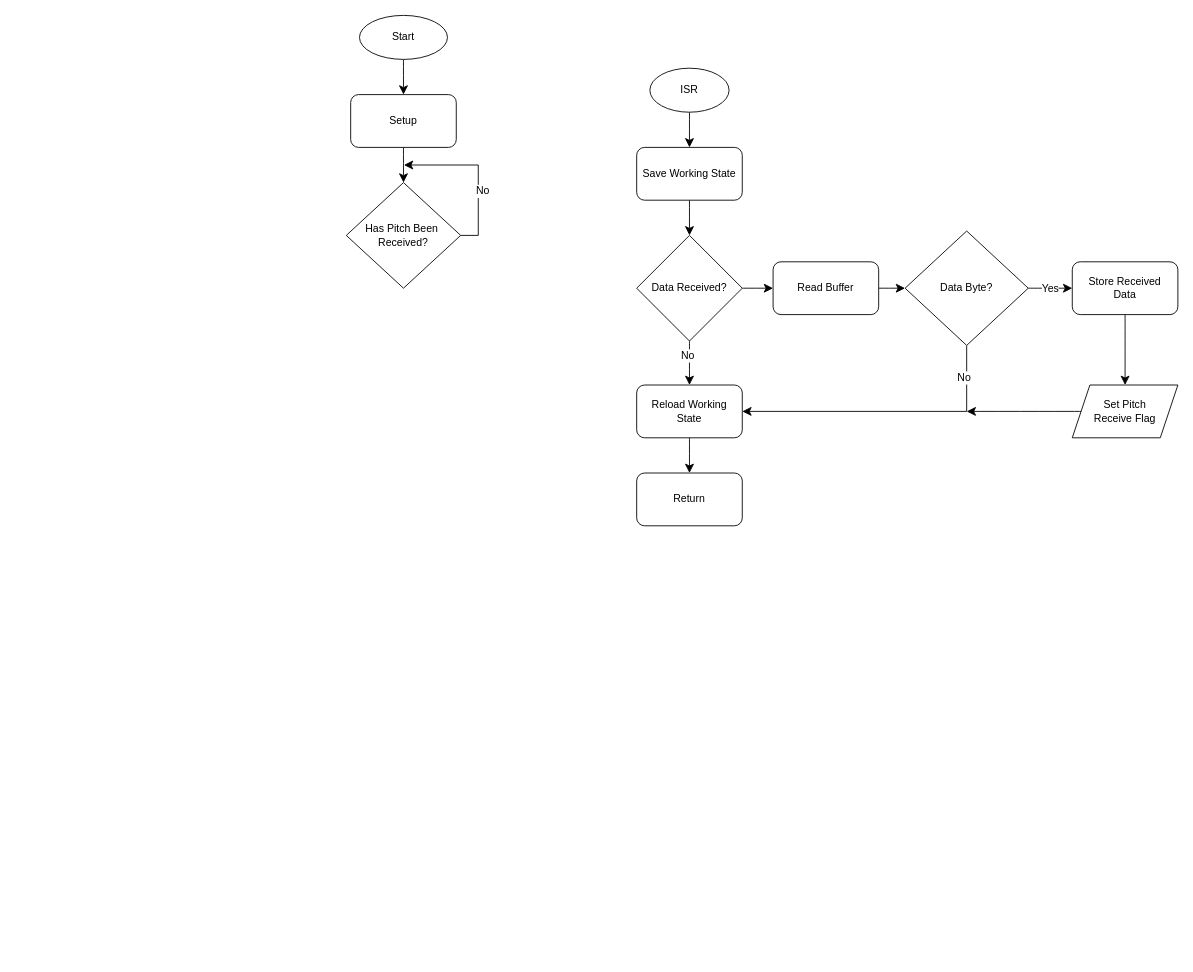
Masaharu41/Midi-Bass-Guitar keeps this draw.io diagram as Flowcharts/String Slave Flowchart.drawio. Above is the earlier version. Source tidied: cells renumbered, new cells numbered last; positions are measured from the earlier drawing's top-left corner, leaving out a move shared by most shapes. Both pictures are drawn from the tidied source at 88%, with x=0, y=0 at pixel (346, 15).
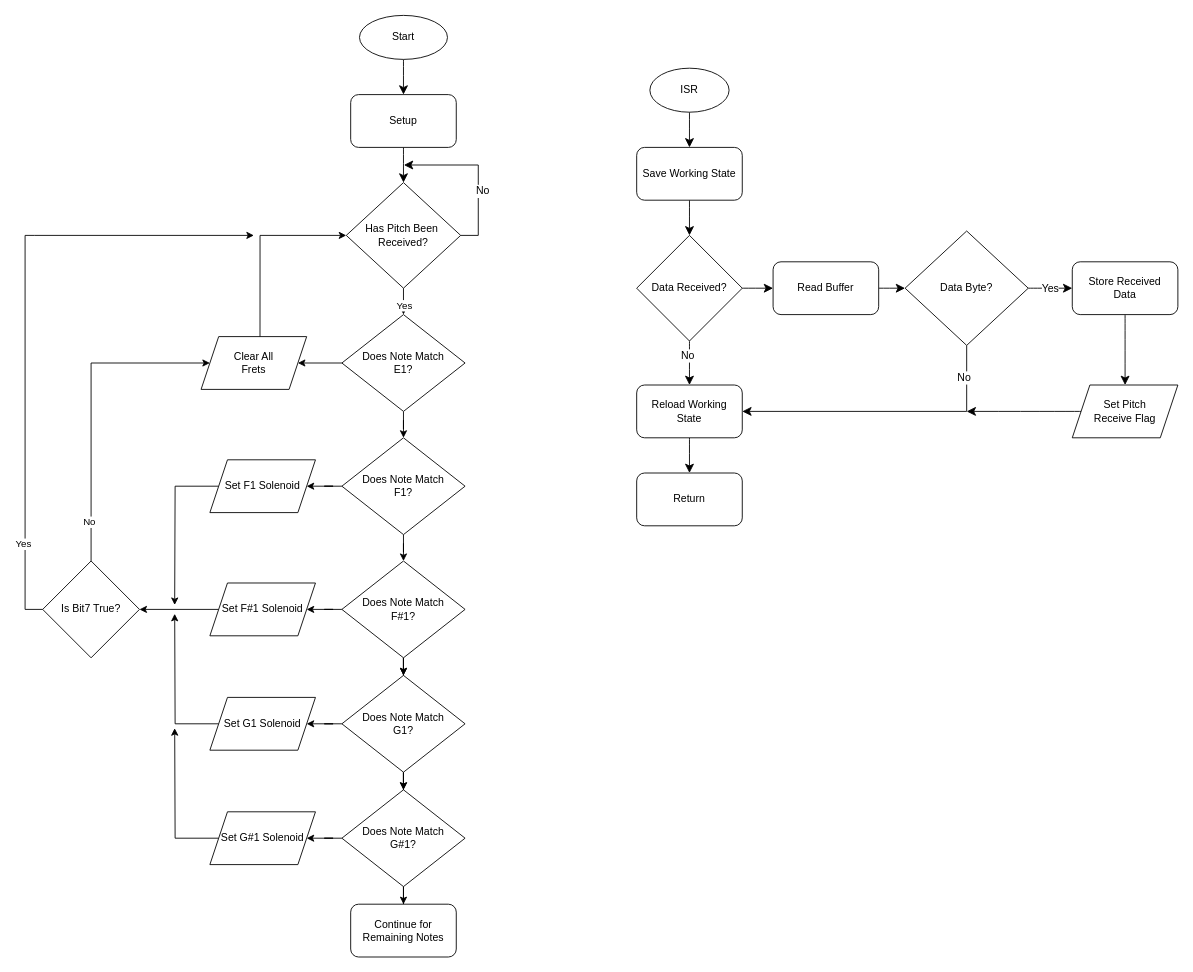
After the change.

Commit message (it also covers changes not shown here):
updated flowchart for string slave

The change refers to these unchanged cells:
```xml
<mxCell id="8" value="Has Pitch Been&amp;nbsp;&lt;div&gt;Received?&lt;/div&gt;" style="rhombus;whiteSpace=wrap;html=1;" parent="1" vertex="1">
  <mxGeometry y="190" width="130" height="120" as="geometry" />
</mxCell>
```

Diff of the diagram source:
```diff
@@
+    <mxCell id="31" style="edgeStyle=orthogonalEdgeStyle;rounded=0;jettySize=auto;html=1;" parent="1" edge="1" source="8">
+      <mxGeometry relative="1" as="geometry">
+        <mxPoint x="65" y="340" as="targetPoint" />
+      </mxGeometry>
+    </mxCell>
+    <mxCell id="32" value="Yes" style="edgeLabel;html=1;align=center;verticalAlign=middle;" parent="31" vertex="1">
+      <mxGeometry x="0.24" relative="1" as="geometry" />
+    </mxCell>
@@
+    <mxCell id="33" style="edgeStyle=orthogonalEdgeStyle;rounded=0;jettySize=auto;html=1;" parent="1" edge="1" source="35" target="40">
+      <mxGeometry relative="1" as="geometry" />
+    </mxCell>
+    <mxCell id="34" style="edgeStyle=orthogonalEdgeStyle;rounded=0;jettySize=auto;html=1;" parent="1" edge="1" source="35" target="38">
+      <mxGeometry relative="1" as="geometry" />
+    </mxCell>
+    <mxCell id="35" value="Does Note Match&lt;div&gt;E1?&lt;/div&gt;" style="rhombus;whiteSpace=wrap;html=1;" parent="1" vertex="1">
+      <mxGeometry x="-5" y="340" width="140" height="110" as="geometry" />
+    </mxCell>
+    <mxCell id="36" style="edgeStyle=orthogonalEdgeStyle;rounded=0;jettySize=auto;html=1;" parent="1" edge="1" source="38" target="42">
+      <mxGeometry relative="1" as="geometry" />
+    </mxCell>
+    <mxCell id="37" style="edgeStyle=orthogonalEdgeStyle;rounded=0;jettySize=auto;html=1;" parent="1" edge="1" source="38" target="46">
+      <mxGeometry relative="1" as="geometry" />
+    </mxCell>
+    <mxCell id="38" value="Does Note Match&lt;div&gt;F1?&lt;/div&gt;" style="rhombus;whiteSpace=wrap;html=1;" parent="1" vertex="1">
+      <mxGeometry x="-5" y="480" width="140" height="110" as="geometry" />
+    </mxCell>
+    <mxCell id="39" style="edgeStyle=orthogonalEdgeStyle;rounded=0;jettySize=auto;html=1;entryX=0;entryY=0.5;entryDx=0;entryDy=0;exitX=0.558;exitY=0.017;exitDx=0;exitDy=0;exitPerimeter=0;" parent="1" edge="1" source="40" target="8">
+      <mxGeometry relative="1" as="geometry" />
+    </mxCell>
+    <mxCell id="40" value="Clear All&lt;div&gt;Frets&lt;/div&gt;" style="shape=parallelogram;perimeter=parallelogramPerimeter;whiteSpace=wrap;html=1;fixedSize=1;" parent="1" vertex="1">
+      <mxGeometry x="-165" y="365" width="120" height="60" as="geometry" />
+    </mxCell>
+    <mxCell id="41" style="edgeStyle=orthogonalEdgeStyle;rounded=0;jettySize=auto;html=1;" parent="1" edge="1" source="42">
+      <mxGeometry relative="1" as="geometry">
+        <mxPoint x="-195" y="670" as="targetPoint" />
+      </mxGeometry>
+    </mxCell>
+    <mxCell id="42" value="Set F1 Solenoid" style="shape=parallelogram;perimeter=parallelogramPerimeter;whiteSpace=wrap;html=1;fixedSize=1;" parent="1" vertex="1">
+      <mxGeometry x="-155" y="505" width="120" height="60" as="geometry" />
+    </mxCell>
+    <mxCell id="43" style="edgeStyle=orthogonalEdgeStyle;rounded=0;jettySize=auto;html=1;" parent="1" edge="1" source="46" target="48">
+      <mxGeometry relative="1" as="geometry" />
+    </mxCell>
+    <mxCell id="44" style="edgeStyle=orthogonalEdgeStyle;rounded=0;jettySize=auto;html=1;" parent="1" edge="1" source="46" target="52">
+      <mxGeometry relative="1" as="geometry" />
+    </mxCell>
+    <mxCell id="45" style="edgeStyle=orthogonalEdgeStyle;rounded=0;jettySize=auto;html=1;" parent="1" edge="1" source="46" target="52">
+      <mxGeometry relative="1" as="geometry" />
+    </mxCell>
+    <mxCell id="46" value="Does Note Match&lt;div&gt;F#1?&lt;/div&gt;" style="rhombus;whiteSpace=wrap;html=1;" parent="1" vertex="1">
+      <mxGeometry x="-5" y="620" width="140" height="110" as="geometry" />
+    </mxCell>
+    <mxCell id="47" style="edgeStyle=orthogonalEdgeStyle;rounded=0;jettySize=auto;html=1;" parent="1" edge="1" source="48" target="65">
+      <mxGeometry relative="1" as="geometry" />
+    </mxCell>
+    <mxCell id="48" value="Set F#1 Solenoid" style="shape=parallelogram;perimeter=parallelogramPerimeter;whiteSpace=wrap;html=1;fixedSize=1;" parent="1" vertex="1">
+      <mxGeometry x="-155" y="645" width="120" height="60" as="geometry" />
+    </mxCell>
+    <mxCell id="49" style="edgeStyle=orthogonalEdgeStyle;rounded=0;jettySize=auto;html=1;" parent="1" edge="1" source="52" target="54">
+      <mxGeometry relative="1" as="geometry" />
+    </mxCell>
+    <mxCell id="50" style="edgeStyle=orthogonalEdgeStyle;rounded=0;jettySize=auto;html=1;" parent="1" edge="1" source="52" target="57">
+      <mxGeometry relative="1" as="geometry" />
+    </mxCell>
+    <mxCell id="51" style="edgeStyle=orthogonalEdgeStyle;rounded=0;jettySize=auto;html=1;" parent="1" edge="1" source="52" target="57">
+      <mxGeometry relative="1" as="geometry" />
+    </mxCell>
+    <mxCell id="52" value="Does Note Match&lt;div&gt;G1?&lt;/div&gt;" style="rhombus;whiteSpace=wrap;html=1;" parent="1" vertex="1">
+      <mxGeometry x="-5" y="750" width="140" height="110" as="geometry" />
+    </mxCell>
+    <mxCell id="53" style="edgeStyle=orthogonalEdgeStyle;rounded=0;jettySize=auto;html=1;" parent="1" edge="1" source="54">
+      <mxGeometry relative="1" as="geometry">
+        <mxPoint x="-195" y="680" as="targetPoint" />
+      </mxGeometry>
+    </mxCell>
+    <mxCell id="54" value="Set G1 Solenoid" style="shape=parallelogram;perimeter=parallelogramPerimeter;whiteSpace=wrap;html=1;fixedSize=1;" parent="1" vertex="1">
+      <mxGeometry x="-155" y="775" width="120" height="60" as="geometry" />
+    </mxCell>
+    <mxCell id="55" style="edgeStyle=orthogonalEdgeStyle;rounded=0;jettySize=auto;html=1;" parent="1" edge="1" source="57" target="59">
+      <mxGeometry relative="1" as="geometry" />
+    </mxCell>
+    <mxCell id="56" style="edgeStyle=orthogonalEdgeStyle;rounded=0;jettySize=auto;html=1;" parent="1" edge="1" source="57" target="60">
+      <mxGeometry relative="1" as="geometry" />
+    </mxCell>
+    <mxCell id="57" value="Does Note Match&lt;div&gt;G#1?&lt;/div&gt;" style="rhombus;whiteSpace=wrap;html=1;" parent="1" vertex="1">
+      <mxGeometry x="-5" y="880" width="140" height="110" as="geometry" />
+    </mxCell>
+    <mxCell id="58" style="edgeStyle=orthogonalEdgeStyle;rounded=0;jettySize=auto;html=1;" parent="1" edge="1" source="59">
+      <mxGeometry relative="1" as="geometry">
+        <mxPoint x="-195" y="810" as="targetPoint" />
+      </mxGeometry>
+    </mxCell>
+    <mxCell id="59" value="Set G#1 Solenoid" style="shape=parallelogram;perimeter=parallelogramPerimeter;whiteSpace=wrap;html=1;fixedSize=1;" parent="1" vertex="1">
+      <mxGeometry x="-155" y="905" width="120" height="60" as="geometry" />
+    </mxCell>
+    <mxCell id="60" value="Continue for Remaining Notes" style="rounded=1;whiteSpace=wrap;html=1;" parent="1" vertex="1">
+      <mxGeometry x="5" y="1010" width="120" height="60" as="geometry" />
+    </mxCell>
+    <mxCell id="61" style="edgeStyle=orthogonalEdgeStyle;rounded=0;jettySize=auto;html=1;entryX=0;entryY=0.5;entryDx=0;entryDy=0;exitX=0.5;exitY=0;exitDx=0;exitDy=0;" parent="1" edge="1" source="65" target="40">
+      <mxGeometry relative="1" as="geometry">
+        <Array as="points">
+          <mxPoint x="-290" y="395" />
+        </Array>
+      </mxGeometry>
+    </mxCell>
+    <mxCell id="62" value="No" style="edgeLabel;html=1;align=center;verticalAlign=middle;" parent="61" vertex="1">
+      <mxGeometry x="-0.75" y="3" relative="1" as="geometry" />
+    </mxCell>
+    <mxCell id="63" style="edgeStyle=orthogonalEdgeStyle;rounded=0;jettySize=auto;html=1;" parent="1" edge="1" source="65">
+      <mxGeometry relative="1" as="geometry">
+        <mxPoint x="-105" y="250" as="targetPoint" />
+        <Array as="points">
+          <mxPoint x="-365" y="675" />
+          <mxPoint x="-365" y="250" />
+          <mxPoint x="-354" y="250" />
+        </Array>
+      </mxGeometry>
+    </mxCell>
+    <mxCell id="64" value="Yes" style="edgeLabel;html=1;align=center;verticalAlign=middle;" parent="63" vertex="1">
+      <mxGeometry x="-0.73" y="3" relative="1" as="geometry" />
+    </mxCell>
+    <mxCell id="65" value="Is Bit7 True?" style="rhombus;whiteSpace=wrap;html=1;" parent="1" vertex="1">
+      <mxGeometry x="-345" y="620" width="110" height="110" as="geometry" />
+    </mxCell>
```
